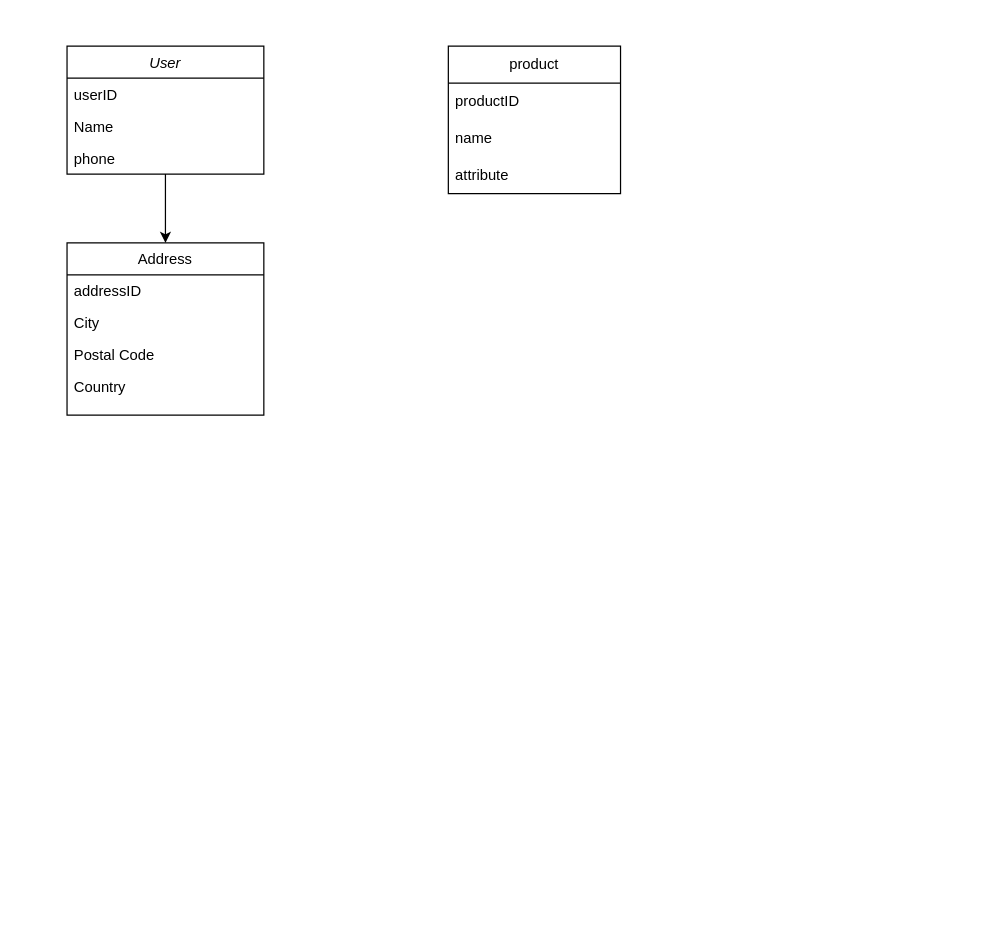
alirezamhi/ER-diagram keeps this draw.io diagram as Untitled Diagram.drawio. Above is the earlier version. Source tidied: cells renumbered, new cells numbered last; positions are measured from the earlier drawing's top-left corner, leaving out a move shared by most shapes. Both pictures are drawn from the tidied source at 123%, with x=0, y=0 at pixel (66, 46).
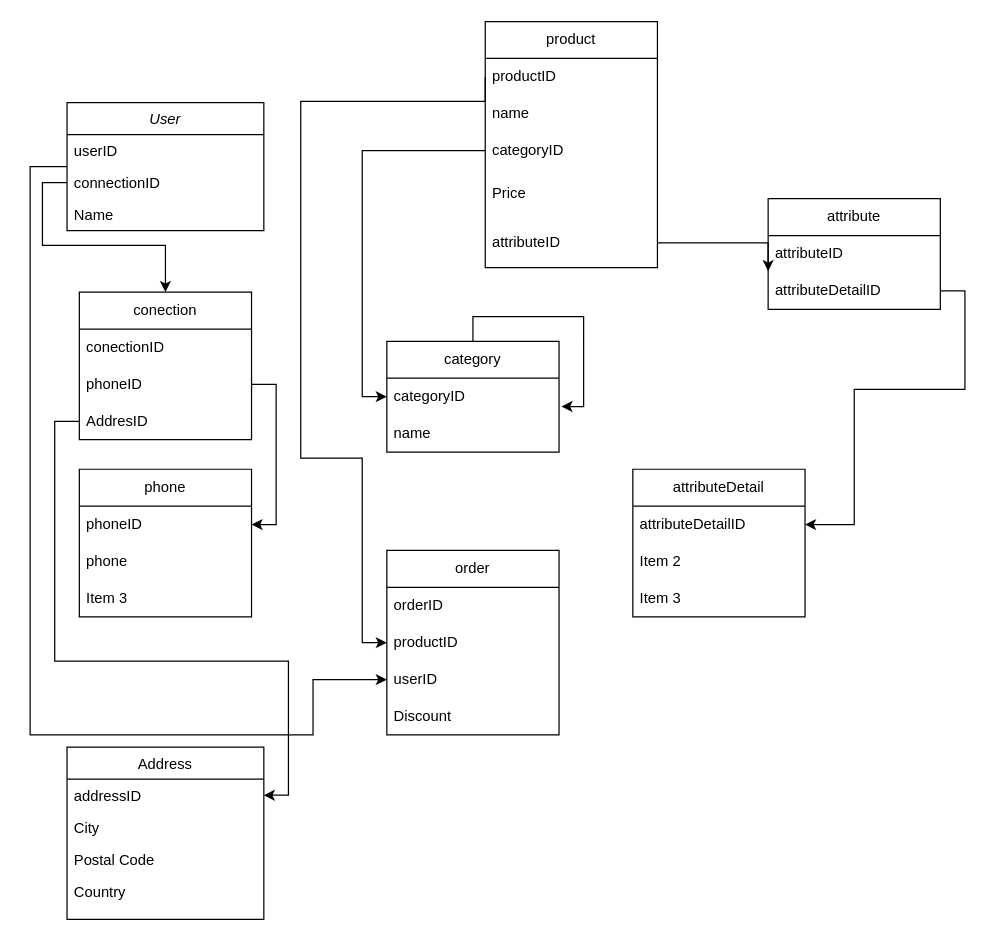
After the change.

Unchanged cells that the change refers to:
```xml
<mxCell id="8" value="addressID" style="text;align=left;verticalAlign=top;spacingLeft=4;spacingRight=4;overflow=hidden;points=[[0,0.5],[1,0.5]];portConstraint=eastwest;" parent="7" vertex="1">
  <mxGeometry y="26" width="160" height="26" as="geometry" />
</mxCell>
<mxCell id="13" value="productID" style="text;strokeColor=none;fillColor=none;align=left;verticalAlign=middle;spacingLeft=4;spacingRight=4;overflow=hidden;points=[[0,0.5],[1,0.5]];portConstraint=eastwest;whiteSpace=wrap;html=1;" parent="12" vertex="1">
  <mxGeometry y="30" width="140" height="30" as="geometry" />
</mxCell>
```

Diff of the diagram source:
```diff
@@
-    <mxCell id="2" style="edgeStyle=orthogonalEdgeStyle;rounded=0;jettySize=auto;html=1;exitX=0.5;exitY=1;exitDx=0;exitDy=0;entryX=0.5;entryY=0;entryDx=0;entryDy=0;" parent="1" edge="1" source="3" target="7">
-      <mxGeometry relative="1" as="geometry" />
-    </mxCell>
+    <mxCell id="16" style="edgeStyle=orthogonalEdgeStyle;rounded=0;jettySize=auto;html=1;entryX=0;entryY=0.5;entryDx=0;entryDy=0;" parent="1" edge="1" source="3" target="28">
+      <mxGeometry relative="1" as="geometry">
+        <Array as="points">
+          <mxPoint x="-30" y="98" />
+          <mxPoint x="-30" y="560" />
+          <mxPoint x="200" y="560" />
+          <mxPoint x="200" y="515" />
+        </Array>
+      </mxGeometry>
+    </mxCell>
     <mxCell id="3" value="User" style="swimlane;fontStyle=2;align=center;verticalAlign=top;horizontal=1;startSize=26;rounded=0;shadow=0;strokeWidth=1;" parent="1" vertex="1">
-      <mxGeometry width="160" height="104" as="geometry" />
+      <mxGeometry y="46" width="160" height="104" as="geometry" />
     </mxCell>
@@
+    <mxCell id="6" value="connectionID" style="text;align=left;verticalAlign=top;spacingLeft=4;spacingRight=4;overflow=hidden;points=[[0,0.5],[1,0.5]];portConstraint=eastwest;rounded=0;shadow=0;html=0;" parent="3" vertex="1">
+      <mxGeometry y="52" width="160" height="26" as="geometry" />
+    </mxCell>
     <mxCell id="5" value="Name" style="text;align=left;verticalAlign=top;spacingLeft=4;spacingRight=4;overflow=hidden;rounded=0;shadow=0;html=0;" parent="3" vertex="1">
-      <mxGeometry y="52" width="160" height="26" as="geometry" />
+      <mxGeometry y="78" width="160" height="26" as="geometry" />
     </mxCell>
-    <mxCell id="6" value="phone" style="text;align=left;verticalAlign=top;spacingLeft=4;spacingRight=4;overflow=hidden;points=[[0,0.5],[1,0.5]];portConstraint=eastwest;rounded=0;shadow=0;html=0;" parent="3" vertex="1">
-      <mxGeometry y="78" width="160" height="26" as="geometry" />
-    </mxCell>
     <mxCell id="7" value="Address" style="swimlane;fontStyle=0;align=center;verticalAlign=top;horizontal=1;startSize=26;rounded=0;shadow=0;strokeWidth=1;" parent="1" vertex="1">
-      <mxGeometry y="160" width="160" height="140" as="geometry" />
+      <mxGeometry y="570" width="160" height="140" as="geometry" />
     </mxCell>
@@
+    <mxCell id="17" style="edgeStyle=orthogonalEdgeStyle;rounded=0;jettySize=auto;html=1;exitX=0;exitY=0.5;exitDx=0;exitDy=0;entryX=0;entryY=0.5;entryDx=0;entryDy=0;" parent="1" edge="1" source="13" target="27">
+      <mxGeometry relative="1" as="geometry">
+        <Array as="points">
+          <mxPoint x="190" y="45" />
+          <mxPoint x="190" y="335" />
+          <mxPoint x="240" y="335" />
+          <mxPoint x="240" y="485" />
+        </Array>
+      </mxGeometry>
+    </mxCell>
     <mxCell id="12" value="product" style="swimlane;fontStyle=0;horizontal=1;startSize=30;whiteSpace=wrap;html=1;" parent="1" vertex="1">
-      <mxGeometry x="310" width="140" height="120" as="geometry" />
+      <mxGeometry x="340" y="-20" width="140" height="200" as="geometry" />
     </mxCell>
@@
-    <mxCell id="15" value="attribute" style="text;strokeColor=none;fillColor=none;align=left;verticalAlign=middle;spacingLeft=4;spacingRight=4;overflow=hidden;points=[[0,0.5],[1,0.5]];portConstraint=eastwest;whiteSpace=wrap;html=1;" parent="12" vertex="1">
+    <mxCell id="15" value="categoryID" style="text;strokeColor=none;fillColor=none;align=left;verticalAlign=middle;spacingLeft=4;spacingRight=4;overflow=hidden;points=[[0,0.5],[1,0.5]];portConstraint=eastwest;whiteSpace=wrap;html=1;" parent="12" vertex="1">
       <mxGeometry y="90" width="140" height="30" as="geometry" />
     </mxCell>
+    <mxCell id="18" value="Price" style="text;strokeColor=none;fillColor=none;align=left;verticalAlign=middle;spacingLeft=4;spacingRight=4;overflow=hidden;whiteSpace=wrap;html=1;" parent="12" vertex="1">
+      <mxGeometry y="120" width="140" height="40" as="geometry" />
+    </mxCell>
+    <mxCell id="19" value="attributeID" style="text;strokeColor=none;fillColor=none;align=left;verticalAlign=middle;spacingLeft=4;spacingRight=4;overflow=hidden;points=[[0,0.5],[1,0.5]];portConstraint=eastwest;whiteSpace=wrap;html=1;" parent="12" vertex="1">
+      <mxGeometry y="160" width="140" height="40" as="geometry" />
+    </mxCell>
+    <mxCell id="20" value="category" style="swimlane;fontStyle=0;horizontal=1;startSize=30;whiteSpace=wrap;html=1;" parent="1" vertex="1">
+      <mxGeometry x="260" y="240" width="140" height="90" as="geometry" />
+    </mxCell>
+    <mxCell id="21" value="categoryID" style="text;strokeColor=none;fillColor=none;align=left;verticalAlign=middle;spacingLeft=4;spacingRight=4;overflow=hidden;points=[[0,0.5],[1,0.5]];portConstraint=eastwest;whiteSpace=wrap;html=1;" parent="20" vertex="1">
+      <mxGeometry y="30" width="140" height="30" as="geometry" />
+    </mxCell>
+    <mxCell id="22" value="name" style="text;strokeColor=none;fillColor=none;align=left;verticalAlign=middle;spacingLeft=4;spacingRight=4;overflow=hidden;whiteSpace=wrap;html=1;" parent="20" vertex="1">
+      <mxGeometry y="60" width="140" height="30" as="geometry" />
+    </mxCell>
+    <mxCell id="23" style="edgeStyle=orthogonalEdgeStyle;rounded=0;jettySize=auto;html=1;exitX=0.5;exitY=0;exitDx=0;exitDy=0;entryX=1.014;entryY=0.767;entryDx=0;entryDy=0;entryPerimeter=0;" parent="20" edge="1" source="20" target="21">
+      <mxGeometry relative="1" as="geometry" />
+    </mxCell>
+    <mxCell id="24" style="edgeStyle=orthogonalEdgeStyle;rounded=0;jettySize=auto;html=1;exitX=0;exitY=0.5;exitDx=0;exitDy=0;entryX=0;entryY=0.5;entryDx=0;entryDy=0;" parent="1" edge="1" source="15" target="21">
+      <mxGeometry relative="1" as="geometry" />
+    </mxCell>
+    <mxCell id="25" value="order" style="swimlane;fontStyle=0;horizontal=1;startSize=30;whiteSpace=wrap;html=1;" parent="1" vertex="1">
+      <mxGeometry x="260" y="410" width="140" height="150" as="geometry" />
+    </mxCell>
+    <mxCell id="26" value="orderID" style="text;strokeColor=none;fillColor=none;align=left;verticalAlign=middle;spacingLeft=4;spacingRight=4;overflow=hidden;whiteSpace=wrap;html=1;" parent="25" vertex="1">
+      <mxGeometry y="30" width="140" height="30" as="geometry" />
+    </mxCell>
+    <mxCell id="27" value="productID" style="text;strokeColor=none;fillColor=none;align=left;verticalAlign=middle;spacingLeft=4;spacingRight=4;overflow=hidden;points=[[0,0.5],[1,0.5]];portConstraint=eastwest;whiteSpace=wrap;html=1;" parent="25" vertex="1">
+      <mxGeometry y="60" width="140" height="30" as="geometry" />
+    </mxCell>
+    <mxCell id="28" value="userID" style="text;strokeColor=none;fillColor=none;align=left;verticalAlign=middle;spacingLeft=4;spacingRight=4;overflow=hidden;points=[[0,0.5],[1,0.5]];portConstraint=eastwest;whiteSpace=wrap;html=1;" parent="25" vertex="1">
+      <mxGeometry y="90" width="140" height="30" as="geometry" />
+    </mxCell>
+    <mxCell id="29" value="Discount" style="text;strokeColor=none;fillColor=none;align=left;verticalAlign=middle;spacingLeft=4;spacingRight=4;overflow=hidden;whiteSpace=wrap;html=1;" parent="25" vertex="1">
+      <mxGeometry y="120" width="140" height="30" as="geometry" />
+    </mxCell>
+    <mxCell id="30" value="attribute" style="swimlane;fontStyle=0;horizontal=1;startSize=30;whiteSpace=wrap;html=1;" parent="1" vertex="1">
+      <mxGeometry x="570" y="124" width="140" height="90" as="geometry" />
+    </mxCell>
+    <mxCell id="31" value="attributeID" style="text;strokeColor=none;fillColor=none;align=left;verticalAlign=middle;spacingLeft=4;spacingRight=4;overflow=hidden;whiteSpace=wrap;html=1;" parent="30" vertex="1">
+      <mxGeometry y="30" width="140" height="30" as="geometry" />
+    </mxCell>
+    <mxCell id="32" value="attributeDetailID" style="text;strokeColor=none;fillColor=none;align=left;verticalAlign=middle;spacingLeft=4;spacingRight=4;overflow=hidden;points=[[0,0.5],[1,0.5]];portConstraint=eastwest;whiteSpace=wrap;html=1;" parent="30" vertex="1">
+      <mxGeometry y="60" width="140" height="30" as="geometry" />
+    </mxCell>
+    <mxCell id="33" value="attributeDetail" style="swimlane;fontStyle=0;horizontal=1;startSize=30;whiteSpace=wrap;html=1;" parent="1" vertex="1">
+      <mxGeometry x="460" y="344" width="140" height="120" as="geometry" />
+    </mxCell>
+    <mxCell id="34" value="attributeDetailID" style="text;strokeColor=none;fillColor=none;align=left;verticalAlign=middle;spacingLeft=4;spacingRight=4;overflow=hidden;points=[[0,0.5],[1,0.5]];portConstraint=eastwest;whiteSpace=wrap;html=1;" parent="33" vertex="1">
+      <mxGeometry y="30" width="140" height="30" as="geometry" />
+    </mxCell>
+    <mxCell id="35" value="Item 2" style="text;strokeColor=none;fillColor=none;align=left;verticalAlign=middle;spacingLeft=4;spacingRight=4;overflow=hidden;whiteSpace=wrap;html=1;" parent="33" vertex="1">
+      <mxGeometry y="60" width="140" height="30" as="geometry" />
+    </mxCell>
+    <mxCell id="36" value="Item 3" style="text;strokeColor=none;fillColor=none;align=left;verticalAlign=middle;spacingLeft=4;spacingRight=4;overflow=hidden;whiteSpace=wrap;html=1;" parent="33" vertex="1">
+      <mxGeometry y="90" width="140" height="30" as="geometry" />
+    </mxCell>
+    <mxCell id="37" style="edgeStyle=orthogonalEdgeStyle;rounded=0;jettySize=auto;html=1;exitX=1;exitY=0.5;exitDx=0;exitDy=0;entryX=1;entryY=0.5;entryDx=0;entryDy=0;" parent="1" edge="1" source="32" target="34">
+      <mxGeometry relative="1" as="geometry">
+        <Array as="points">
+          <mxPoint x="730" y="199" />
+          <mxPoint x="730" y="279" />
+          <mxPoint x="640" y="279" />
+          <mxPoint x="640" y="389" />
+        </Array>
+      </mxGeometry>
+    </mxCell>
+    <mxCell id="38" value="phone" style="swimlane;fontStyle=0;horizontal=1;startSize=30;whiteSpace=wrap;html=1;" parent="1" vertex="1">
+      <mxGeometry x="10" y="344" width="140" height="120" as="geometry" />
+    </mxCell>
+    <mxCell id="39" value="phoneID" style="text;strokeColor=none;fillColor=none;align=left;verticalAlign=middle;spacingLeft=4;spacingRight=4;overflow=hidden;points=[[0,0.5],[1,0.5]];portConstraint=eastwest;whiteSpace=wrap;html=1;" parent="38" vertex="1">
+      <mxGeometry y="30" width="140" height="30" as="geometry" />
+    </mxCell>
+    <mxCell id="40" value="phone" style="text;strokeColor=none;fillColor=none;align=left;verticalAlign=middle;spacingLeft=4;spacingRight=4;overflow=hidden;whiteSpace=wrap;html=1;" parent="38" vertex="1">
+      <mxGeometry y="60" width="140" height="30" as="geometry" />
+    </mxCell>
+    <mxCell id="41" value="Item 3" style="text;strokeColor=none;fillColor=none;align=left;verticalAlign=middle;spacingLeft=4;spacingRight=4;overflow=hidden;whiteSpace=wrap;html=1;" parent="38" vertex="1">
+      <mxGeometry y="90" width="140" height="30" as="geometry" />
+    </mxCell>
+    <mxCell id="42" value="conection" style="swimlane;fontStyle=0;horizontal=1;startSize=30;whiteSpace=wrap;html=1;" parent="1" vertex="1">
+      <mxGeometry x="10" y="200" width="140" height="120" as="geometry" />
+    </mxCell>
+    <mxCell id="43" value="conectionID" style="text;strokeColor=none;fillColor=none;align=left;verticalAlign=middle;spacingLeft=4;spacingRight=4;overflow=hidden;whiteSpace=wrap;html=1;" parent="42" vertex="1">
+      <mxGeometry y="30" width="140" height="30" as="geometry" />
+    </mxCell>
+    <mxCell id="44" value="phoneID" style="text;strokeColor=none;fillColor=none;align=left;verticalAlign=middle;spacingLeft=4;spacingRight=4;overflow=hidden;points=[[0,0.5],[1,0.5]];portConstraint=eastwest;whiteSpace=wrap;html=1;" parent="42" vertex="1">
+      <mxGeometry y="60" width="140" height="30" as="geometry" />
+    </mxCell>
+    <mxCell id="45" value="AddresID" style="text;strokeColor=none;fillColor=none;align=left;verticalAlign=middle;spacingLeft=4;spacingRight=4;overflow=hidden;points=[[0,0.5],[1,0.5]];portConstraint=eastwest;whiteSpace=wrap;html=1;" parent="42" vertex="1">
+      <mxGeometry y="90" width="140" height="30" as="geometry" />
+    </mxCell>
+    <mxCell id="46" style="edgeStyle=orthogonalEdgeStyle;rounded=0;jettySize=auto;html=1;entryX=0;entryY=-0.033;entryDx=0;entryDy=0;entryPerimeter=0;" parent="1" edge="1" source="19" target="32">
+      <mxGeometry relative="1" as="geometry" />
+    </mxCell>
+    <mxCell id="47" style="edgeStyle=orthogonalEdgeStyle;rounded=0;jettySize=auto;html=1;entryX=0.5;entryY=0;entryDx=0;entryDy=0;" parent="1" edge="1" source="6" target="42">
+      <mxGeometry relative="1" as="geometry" />
+    </mxCell>
+    <mxCell id="48" style="edgeStyle=orthogonalEdgeStyle;rounded=0;jettySize=auto;html=1;entryX=1;entryY=0.5;entryDx=0;entryDy=0;" parent="1" edge="1" source="44" target="39">
+      <mxGeometry relative="1" as="geometry">
+        <Array as="points">
+          <mxPoint x="170" y="275" />
+          <mxPoint x="170" y="389" />
+        </Array>
+      </mxGeometry>
+    </mxCell>
+    <mxCell id="49" style="edgeStyle=orthogonalEdgeStyle;rounded=0;jettySize=auto;html=1;" parent="1" edge="1" source="45" target="8">
+      <mxGeometry relative="1" as="geometry">
+        <Array as="points">
+          <mxPoint x="-10" y="305" />
+          <mxPoint x="-10" y="500" />
+          <mxPoint x="180" y="500" />
+          <mxPoint x="180" y="609" />
+        </Array>
+      </mxGeometry>
+    </mxCell>
```
